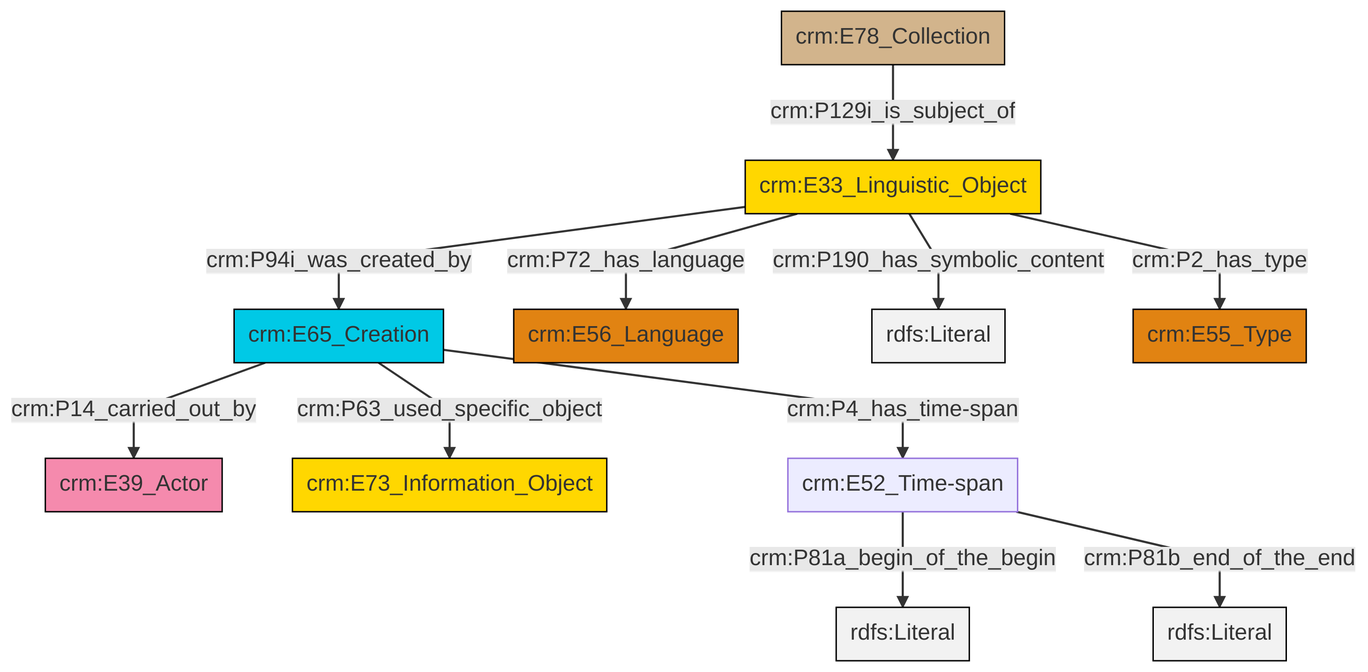
Earlier version of the Mermaid export et/archivalCSV/ttl/mmd/png/archival_desc.png (swiss-art-research-net/docs.swissartresearch). Its source is kept beside it as et/archivalCSV/ttl/mmd/archival_desc.ttl.mmd.
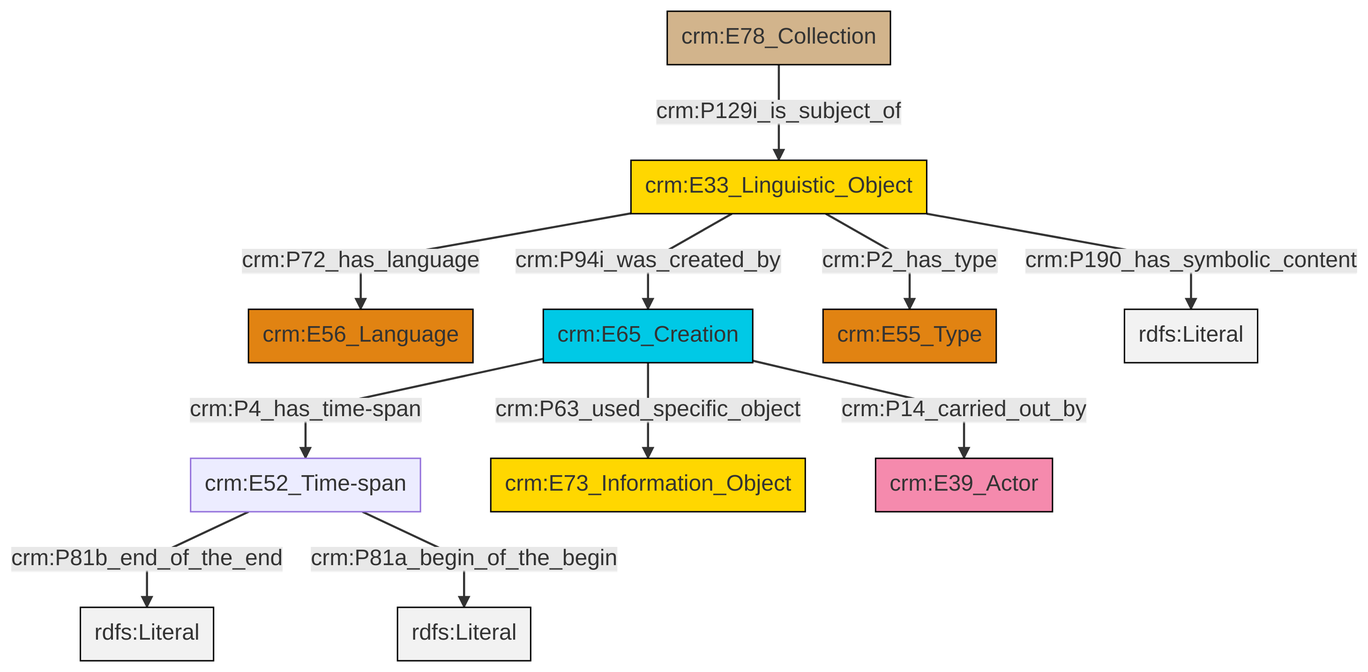
The same file after the commit.

What changed in the source:
```diff
@@ -13,13 +13,13 @@
 classDef PC_Classes fill:#4ce600, stroke:#000000;
 classDef Multi fill:#cccccc,stroke:#000000;
 
-0["crm:E65_Creation"]:::Temporal_Entity -->|crm:P14_carried_out_by| 4["crm:E39_Actor"]:::Actor
-5["crm:E33_Linguistic_Object"]:::Conceptual_Object -->|crm:P72_has_language| 7["crm:E56_Language"]:::Type
-0["crm:E65_Creation"]:::Temporal_Entity -->|crm:P63_used_specific_object| 8["crm:E73_Information_Object"]:::Conceptual_Object
-5["crm:E33_Linguistic_Object"]:::Conceptual_Object -->|crm:P190_has_symbolic_content| 9[rdfs:Literal]:::Literal
-0["crm:E65_Creation"]:::Temporal_Entity -->|crm:P4_has_time-span| 10["crm:E52_Time-span"]:::Default
-10["crm:E52_Time-span"]:::Default -->|crm:P81a_begin_of_the_begin| 15[rdfs:Literal]:::Literal
-5["crm:E33_Linguistic_Object"]:::Conceptual_Object -->|crm:P2_has_type| 16["crm:E55_Type"]:::Type
-2["crm:E78_Collection"]:::Physical_Thing -->|crm:P129i_is_subject_of| 5["crm:E33_Linguistic_Object"]:::Conceptual_Object
-10["crm:E52_Time-span"]:::Default -->|crm:P81b_end_of_the_end| 18[rdfs:Literal]:::Literal
-5["crm:E33_Linguistic_Object"]:::Conceptual_Object -->|crm:P94i_was_created_by| 0["crm:E65_Creation"]:::Temporal_Entity
+0["crm:E33_Linguistic_Object"]:::Conceptual_Object -->|crm:P72_has_language| 1["crm:E56_Language"]:::Type
+5["crm:E65_Creation"]:::Temporal_Entity -->|crm:P4_has_time-span| 2["crm:E52_Time-span"]:::Default
+0["crm:E33_Linguistic_Object"]:::Conceptual_Object -->|crm:P190_has_symbolic_content| 11[rdfs:Literal]:::Literal
+9["crm:E78_Collection"]:::Physical_Thing -->|crm:P129i_is_subject_of| 0["crm:E33_Linguistic_Object"]:::Conceptual_Object
+5["crm:E65_Creation"]:::Temporal_Entity -->|crm:P63_used_specific_object| 12["crm:E73_Information_Object"]:::Conceptual_Object
+2["crm:E52_Time-span"]:::Default -->|crm:P81b_end_of_the_end| 14[rdfs:Literal]:::Literal
+0["crm:E33_Linguistic_Object"]:::Conceptual_Object -->|crm:P2_has_type| 7["crm:E55_Type"]:::Type
+5["crm:E65_Creation"]:::Temporal_Entity -->|crm:P14_carried_out_by| 15["crm:E39_Actor"]:::Actor
+2["crm:E52_Time-span"]:::Default -->|crm:P81a_begin_of_the_begin| 17[rdfs:Literal]:::Literal
+0["crm:E33_Linguistic_Object"]:::Conceptual_Object -->|crm:P94i_was_created_by| 5["crm:E65_Creation"]:::Temporal_Entity
```
